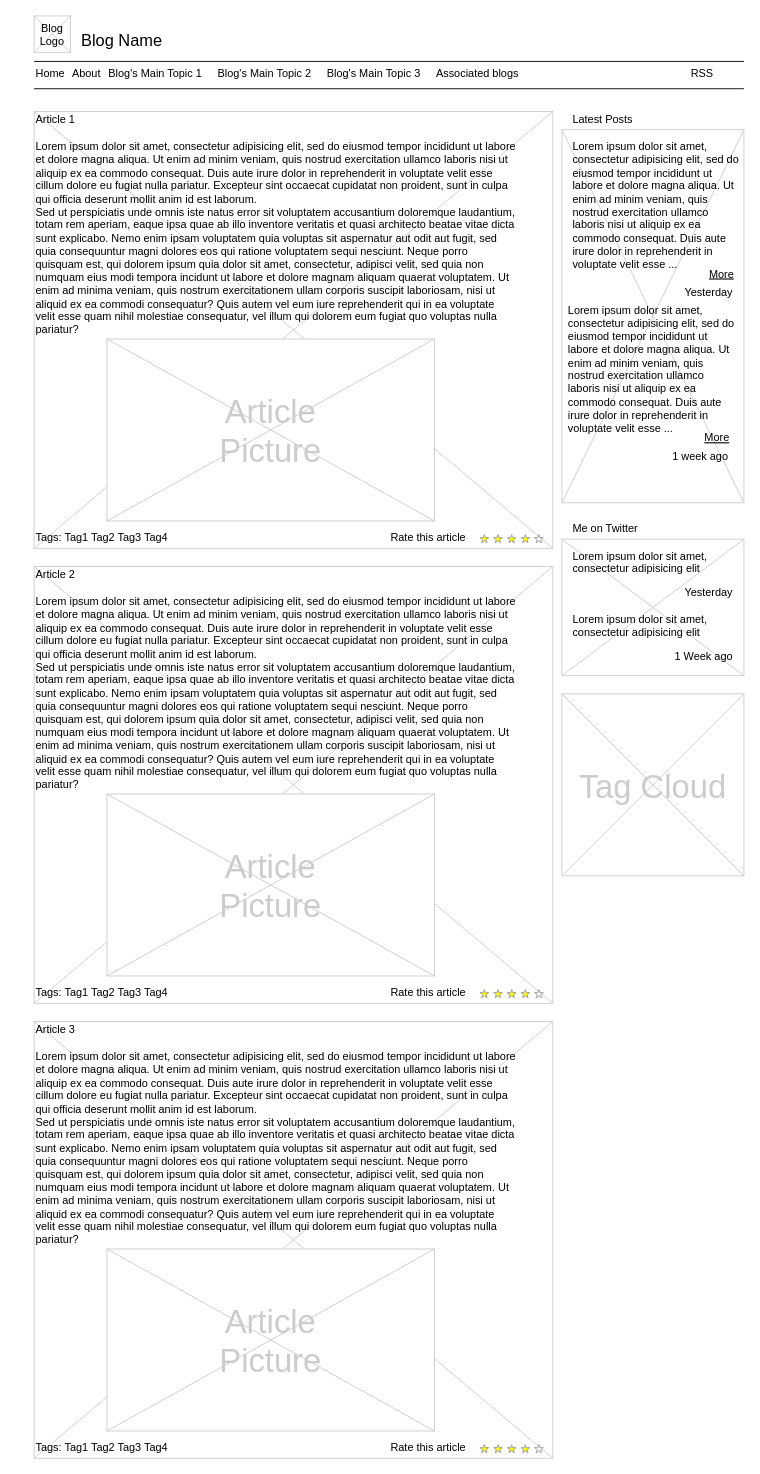
Above: Untitled Diagram.drawio in AjaySoni-gh/fst-repo (draw.io), before the change. Source tidied: cells renumbered, new cells numbered last; positions are measured from the earlier drawing's top-left corner, leaving out a move shared by most shapes. Both pictures are drawn from the tidied source at 91%, with x=0, y=0 at pixel (34, 15).
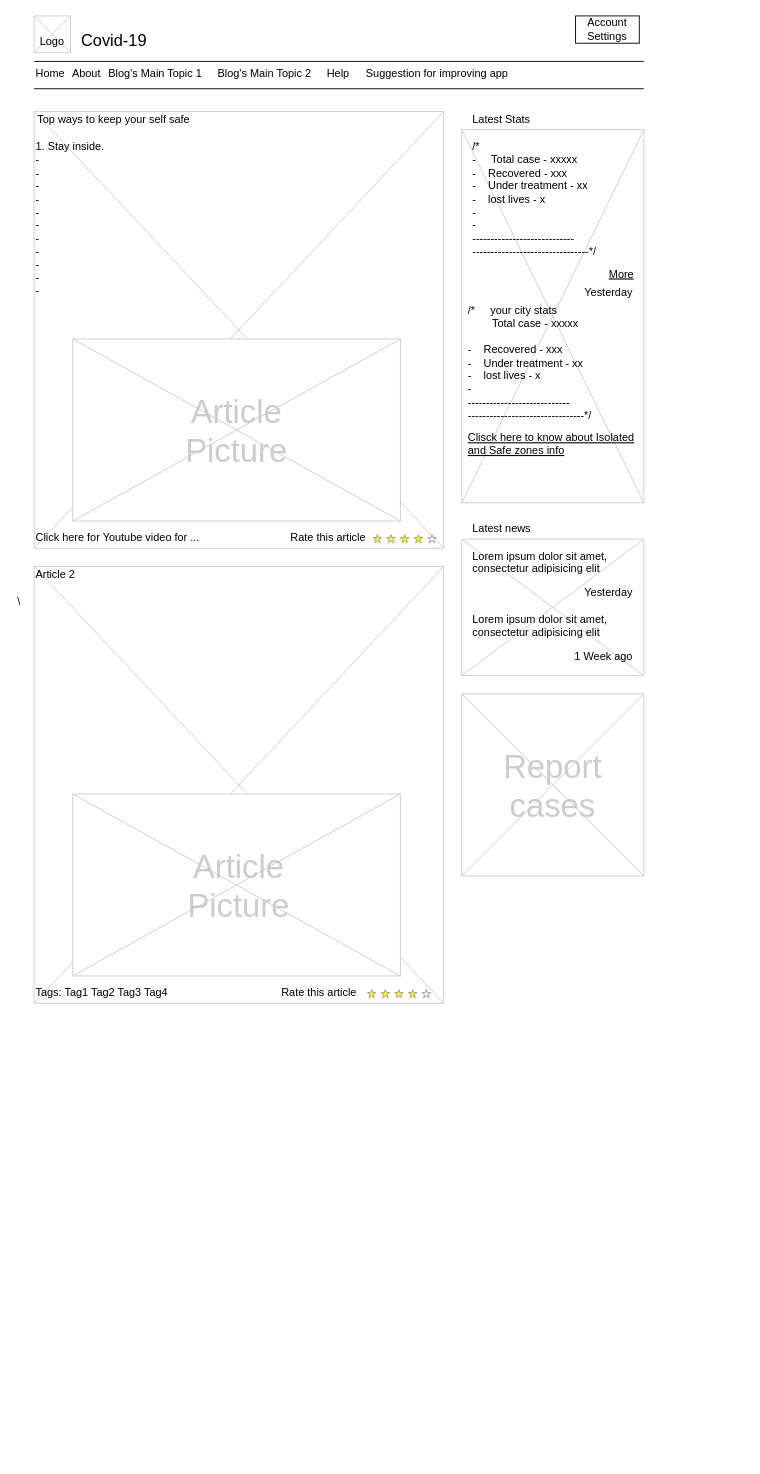
After the change.

The edit, as a diff of the source:
```diff
@@
     <mxCell id="2" style="verticalLabelPosition=bottom;verticalAlign=top;strokeWidth=1;shape=mxgraph.mockup.graphics.iconGrid;strokeColor=#CCCCCC;gridSize=1,1;" parent="1" vertex="1">
-      <mxGeometry x="580" y="125" width="200" height="410" as="geometry" />
+      <mxGeometry x="470" y="125" width="200" height="410" as="geometry" />
     </mxCell>
     <mxCell id="3" style="verticalLabelPosition=bottom;verticalAlign=top;strokeWidth=1;shape=mxgraph.mockup.graphics.iconGrid;strokeColor=#CCCCCC;gridSize=1,1;" parent="1" vertex="1">
-      <mxGeometry y="105" width="570" height="480" as="geometry" />
+      <mxGeometry y="105" width="450" height="480" as="geometry" />
     </mxCell>
-    <mxCell id="4" value="Blog Name" style="text;spacingTop=-5;fontSize=18;fontStyle=0;" parent="1" vertex="1">
+    <mxCell id="4" value="Covid-19 " style="text;spacingTop=-5;fontSize=18;fontStyle=0;" parent="1" vertex="1">
       <mxGeometry x="50" y="15" width="230" height="20" as="geometry" />
     </mxCell>
     <mxCell id="5" style="line;strokeWidth=1;" parent="1" vertex="1">
-      <mxGeometry y="45" width="780" height="10" as="geometry" />
+      <mxGeometry y="45" width="670" height="10" as="geometry" />
     </mxCell>
     <mxCell id="6" style="line;strokeWidth=1;" parent="1" vertex="1">
-      <mxGeometry y="75" width="780" height="10" as="geometry" />
+      <mxGeometry y="75" width="670" height="10" as="geometry" />
     </mxCell>
@@
-    <mxCell id="9" value="Associated blogs" style="text;spacingTop=-5;" parent="1" vertex="1">
-      <mxGeometry x="440" y="55" width="30" height="20" as="geometry" />
+    <mxCell id="9" value="Suggestion for improving app" style="text;spacingTop=-5;" parent="1" vertex="1">
+      <mxGeometry x="363" y="55" width="30" height="20" as="geometry" />
     </mxCell>
-    <mxCell id="10" value="Article 1" style="text;spacingTop=-5;" parent="1" vertex="1">
-      <mxGeometry y="105" width="30" height="20" as="geometry" />
+    <mxCell id="10" value="Top ways to keep your self safe" style="text;spacingTop=-5;" parent="1" vertex="1">
+      <mxGeometry x="2" y="105" width="30" height="20" as="geometry" />
     </mxCell>
-    <mxCell id="11" value="Lorem ipsum dolor sit amet, consectetur adipisicing elit, sed do eiusmod tempor incididunt ut labore et dolore magna aliqua. Ut enim ad minim veniam, quis nostrud exercitation ullamco laboris nisi ut aliquip ex ea commodo consequat. Duis aute irure dolor in reprehenderit in voluptate velit esse cillum dolore eu fugiat nulla pariatur. Excepteur sint occaecat cupidatat non proident, sunt in culpa qui officia deserunt mollit anim id est laborum.&#10;Sed ut perspiciatis unde omnis iste natus error sit voluptatem accusantium doloremque laudantium, totam rem aperiam, eaque ipsa quae ab illo inventore veritatis et quasi architecto beatae vitae dicta sunt explicabo. Nemo enim ipsam voluptatem quia voluptas sit aspernatur aut odit aut fugit, sed quia consequuntur magni dolores eos qui ratione voluptatem sequi nesciunt. Neque porro quisquam est, qui dolorem ipsum quia dolor sit amet, consectetur, adipisci velit, sed quia non numquam eius modi tempora incidunt ut labore et dolore magnam aliquam quaerat voluptatem. Ut enim ad minima veniam, quis nostrum exercitationem ullam corporis suscipit laboriosam, nisi ut aliquid ex ea commodi consequatur? Quis autem vel eum iure reprehenderit qui in ea voluptate velit esse quam nihil molestiae consequatur, vel illum qui dolorem eum fugiat quo voluptas nulla pariatur?" style="text;spacingTop=-5;whiteSpace=wrap;align=left;" parent="1" vertex="1">
-      <mxGeometry y="135" width="530" height="250" as="geometry" />
+    <mxCell id="11" value="1. Stay inside.&#10;-&#10;-&#10;-&#10;-&#10;-&#10;-&#10;-&#10;-&#10;-&#10;-&#10;-&#10;" style="text;spacingTop=-5;whiteSpace=wrap;align=left;" parent="1" vertex="1">
+      <mxGeometry y="135" width="440" height="210" as="geometry" />
     </mxCell>
-    <mxCell id="12" value="Latest Posts" style="text;spacingTop=-5;" parent="1" vertex="1">
-      <mxGeometry x="590" y="105" width="30" height="20" as="geometry" />
+    <mxCell id="12" value="Latest Stats" style="text;spacingTop=-5;" parent="1" vertex="1">
+      <mxGeometry x="480" y="105" width="30" height="20" as="geometry" />
     </mxCell>
-    <mxCell id="13" value="RSS" style="text;spacingTop=-5;" parent="1" vertex="1">
-      <mxGeometry x="720" y="55" width="30" height="20" as="geometry" />
-    </mxCell>
-    <mxCell id="14" value="Lorem ipsum dolor sit amet, consectetur adipisicing elit, sed do eiusmod tempor incididunt ut labore et dolore magna aliqua. Ut enim ad minim veniam, quis nostrud exercitation ullamco laboris nisi ut aliquip ex ea commodo consequat. Duis aute irure dolor in reprehenderit in voluptate velit esse ..." style="text;spacingTop=-5;whiteSpace=wrap;align=left;" parent="1" vertex="1">
-      <mxGeometry x="590" y="135" width="190" height="140" as="geometry" />
+    <mxCell id="14" value="/*&#10;-     Total case - xxxxx    &#10;-    Recovered - xxx     &#10;-    Under treatment - xx&#10;-    lost lives - x&#10;-&#10;-      &#10;----------------------------&#10;--------------------------------*/" style="text;spacingTop=-5;whiteSpace=wrap;align=left;" parent="1" vertex="1">
+      <mxGeometry x="480" y="135" width="190" height="140" as="geometry" />
     </mxCell>
     <mxCell id="15" value="More" style="text;spacingTop=-5;fontStyle=4;" parent="1" vertex="1">
-      <mxGeometry x="740" y="275" width="30" height="20" as="geometry" />
+      <mxGeometry x="630" y="275" width="30" height="20" as="geometry" />
     </mxCell>
     <mxCell id="16" value="Yesterday" style="text;spacingTop=-5;fontStyle=0;align=right;" parent="1" vertex="1">
-      <mxGeometry x="740" y="295" width="30" height="20" as="geometry" />
+      <mxGeometry x="630" y="295" width="30" height="20" as="geometry" />
     </mxCell>
-    <mxCell id="17" value="Lorem ipsum dolor sit amet, consectetur adipisicing elit, sed do eiusmod tempor incididunt ut labore et dolore magna aliqua. Ut enim ad minim veniam, quis nostrud exercitation ullamco laboris nisi ut aliquip ex ea commodo consequat. Duis aute irure dolor in reprehenderit in voluptate velit esse ..." style="text;spacingTop=-5;whiteSpace=wrap;align=left;" parent="1" vertex="1">
-      <mxGeometry x="585" y="315" width="190" height="140" as="geometry" />
+    <mxCell id="17" value="/*     your city stats&#10;        Total case - xxxxx  &#10;  &#10;-    Recovered - xxx    &#10;-    Under treatment - xx&#10;-    lost lives - x&#10;-&#10;----------------------------&#10;--------------------------------*/" style="text;spacingTop=-5;whiteSpace=wrap;align=left;" parent="1" vertex="1">
+      <mxGeometry x="475" y="315" width="190" height="140" as="geometry" />
     </mxCell>
-    <mxCell id="18" value="More" style="text;spacingTop=-5;fontStyle=4;" parent="1" vertex="1">
-      <mxGeometry x="735" y="455" width="30" height="20" as="geometry" />
+    <mxCell id="18" value="Clisck here to know about Isolated &#10;and Safe zones info" style="text;spacingTop=-5;fontStyle=4;" parent="1" vertex="1">
+      <mxGeometry x="475" y="455" width="30" height="20" as="geometry" />
     </mxCell>
-    <mxCell id="19" value="1 week ago" style="text;spacingTop=-5;fontStyle=0;align=right;" parent="1" vertex="1">
-      <mxGeometry x="735" y="475" width="30" height="20" as="geometry" />
-    </mxCell>
@@
-    <mxCell id="21" value="Blog &#10;Logo" style="text;spacingTop=-5;align=center;" parent="1" vertex="1">
+    <mxCell id="21" value="&#10;Logo" style="text;spacingTop=-5;align=center;" parent="1" vertex="1">
       <mxGeometry y="5" width="40" height="40" as="geometry" />
     </mxCell>
@@
-    <mxCell id="24" value="Blog's Main Topic 3" style="text;spacingTop=-5;" parent="1" vertex="1">
+    <mxCell id="24" value="Help" style="text;spacingTop=-5;" parent="1" vertex="1">
       <mxGeometry x="320" y="55" width="30" height="20" as="geometry" />
     </mxCell>
     <mxCell id="25" style="verticalLabelPosition=bottom;verticalAlign=top;strokeWidth=1;shape=mxgraph.mockup.graphics.iconGrid;strokeColor=#CCCCCC;gridSize=1,1;" parent="1" vertex="1">
-      <mxGeometry x="80" y="355" width="360" height="200" as="geometry" />
+      <mxGeometry x="42.5" y="355" width="360" height="200" as="geometry" />
     </mxCell>
     <mxCell id="26" value="Article&#10;Picture" style="text;spacingTop=-5;align=center;verticalAlign=middle;fontSize=36;fontColor=#CCCCCC;" parent="1" vertex="1">
-      <mxGeometry x="80" y="355" width="360" height="200" as="geometry" />
+      <mxGeometry x="42.5" y="355" width="360" height="200" as="geometry" />
     </mxCell>
     <mxCell id="27" style="verticalLabelPosition=bottom;verticalAlign=top;strokeWidth=1;shape=mxgraph.mockup.graphics.iconGrid;strokeColor=#CCCCCC;gridSize=1,1;" parent="1" vertex="1">
-      <mxGeometry y="605" width="570" height="480" as="geometry" />
+      <mxGeometry y="605" width="450" height="480" as="geometry" />
     </mxCell>
@@
-    <mxCell id="29" value="Lorem ipsum dolor sit amet, consectetur adipisicing elit, sed do eiusmod tempor incididunt ut labore et dolore magna aliqua. Ut enim ad minim veniam, quis nostrud exercitation ullamco laboris nisi ut aliquip ex ea commodo consequat. Duis aute irure dolor in reprehenderit in voluptate velit esse cillum dolore eu fugiat nulla pariatur. Excepteur sint occaecat cupidatat non proident, sunt in culpa qui officia deserunt mollit anim id est laborum.&#10;Sed ut perspiciatis unde omnis iste natus error sit voluptatem accusantium doloremque laudantium, totam rem aperiam, eaque ipsa quae ab illo inventore veritatis et quasi architecto beatae vitae dicta sunt explicabo. Nemo enim ipsam voluptatem quia voluptas sit aspernatur aut odit aut fugit, sed quia consequuntur magni dolores eos qui ratione voluptatem sequi nesciunt. Neque porro quisquam est, qui dolorem ipsum quia dolor sit amet, consectetur, adipisci velit, sed quia non numquam eius modi tempora incidunt ut labore et dolore magnam aliquam quaerat voluptatem. Ut enim ad minima veniam, quis nostrum exercitationem ullam corporis suscipit laboriosam, nisi ut aliquid ex ea commodi consequatur? Quis autem vel eum iure reprehenderit qui in ea voluptate velit esse quam nihil molestiae consequatur, vel illum qui dolorem eum fugiat quo voluptas nulla pariatur?" style="text;spacingTop=-5;whiteSpace=wrap;align=left;" parent="1" vertex="1">
-      <mxGeometry y="635" width="530" height="250" as="geometry" />
+    <mxCell id="29" value="\" style="text;spacingTop=-5;whiteSpace=wrap;align=left;" parent="1" vertex="1">
+      <mxGeometry x="-20" y="635" width="460" height="190" as="geometry" />
     </mxCell>
     <mxCell id="30" style="verticalLabelPosition=bottom;verticalAlign=top;strokeWidth=1;shape=mxgraph.mockup.graphics.iconGrid;strokeColor=#CCCCCC;gridSize=1,1;" parent="1" vertex="1">
-      <mxGeometry x="80" y="855" width="360" height="200" as="geometry" />
+      <mxGeometry x="42.5" y="855" width="360" height="200" as="geometry" />
     </mxCell>
     <mxCell id="31" value="Article&#10;Picture" style="text;spacingTop=-5;align=center;verticalAlign=middle;fontSize=36;fontColor=#CCCCCC;" parent="1" vertex="1">
-      <mxGeometry x="80" y="855" width="360" height="200" as="geometry" />
+      <mxGeometry x="45" y="855" width="360" height="200" as="geometry" />
     </mxCell>
-    <mxCell id="32" style="verticalLabelPosition=bottom;verticalAlign=top;strokeWidth=1;shape=mxgraph.mockup.graphics.iconGrid;strokeColor=#CCCCCC;gridSize=1,1;" parent="1" vertex="1">
-      <mxGeometry y="1105" width="570" height="480" as="geometry" />
-    </mxCell>
-    <mxCell id="33" value="Article 3" style="text;spacingTop=-5;" parent="1" vertex="1">
-      <mxGeometry y="1105" width="30" height="20" as="geometry" />
-    </mxCell>
-    <mxCell id="34" value="Lorem ipsum dolor sit amet, consectetur adipisicing elit, sed do eiusmod tempor incididunt ut labore et dolore magna aliqua. Ut enim ad minim veniam, quis nostrud exercitation ullamco laboris nisi ut aliquip ex ea commodo consequat. Duis aute irure dolor in reprehenderit in voluptate velit esse cillum dolore eu fugiat nulla pariatur. Excepteur sint occaecat cupidatat non proident, sunt in culpa qui officia deserunt mollit anim id est laborum.&#10;Sed ut perspiciatis unde omnis iste natus error sit voluptatem accusantium doloremque laudantium, totam rem aperiam, eaque ipsa quae ab illo inventore veritatis et quasi architecto beatae vitae dicta sunt explicabo. Nemo enim ipsam voluptatem quia voluptas sit aspernatur aut odit aut fugit, sed quia consequuntur magni dolores eos qui ratione voluptatem sequi nesciunt. Neque porro quisquam est, qui dolorem ipsum quia dolor sit amet, consectetur, adipisci velit, sed quia non numquam eius modi tempora incidunt ut labore et dolore magnam aliquam quaerat voluptatem. Ut enim ad minima veniam, quis nostrum exercitationem ullam corporis suscipit laboriosam, nisi ut aliquid ex ea commodi consequatur? Quis autem vel eum iure reprehenderit qui in ea voluptate velit esse quam nihil molestiae consequatur, vel illum qui dolorem eum fugiat quo voluptas nulla pariatur?" style="text;spacingTop=-5;whiteSpace=wrap;align=left;" parent="1" vertex="1">
-      <mxGeometry y="1135" width="530" height="250" as="geometry" />
-    </mxCell>
-    <mxCell id="35" style="verticalLabelPosition=bottom;verticalAlign=top;strokeWidth=1;shape=mxgraph.mockup.graphics.iconGrid;strokeColor=#CCCCCC;gridSize=1,1;" parent="1" vertex="1">
-      <mxGeometry x="80" y="1355" width="360" height="200" as="geometry" />
-    </mxCell>
-    <mxCell id="36" value="Article&#10;Picture" style="text;spacingTop=-5;align=center;verticalAlign=middle;fontSize=36;fontColor=#CCCCCC;" parent="1" vertex="1">
-      <mxGeometry x="80" y="1355" width="360" height="200" as="geometry" />
-    </mxCell>
     <mxCell id="37" style="verticalLabelPosition=bottom;verticalAlign=top;strokeWidth=1;shape=mxgraph.mockup.misc.rating;strokeColor=#999999;fillColor=#ffff00;emptyFillColor=#ffffff;grade=4;ratingScale=5;ratingStyle=star;" parent="1" vertex="1">
-      <mxGeometry x="490" y="570" width="77.5" height="10" as="geometry" />
+      <mxGeometry x="372.5" y="570" width="77.5" height="10" as="geometry" />
     </mxCell>
     <mxCell id="38" value="Rate this article" style="text;spacingTop=-5;" parent="1" vertex="1">
-      <mxGeometry x="390" y="565" width="30" height="20" as="geometry" />
+      <mxGeometry x="280" y="565" width="30" height="20" as="geometry" />
     </mxCell>
     <mxCell id="39" style="verticalLabelPosition=bottom;verticalAlign=top;strokeWidth=1;shape=mxgraph.mockup.misc.rating;strokeColor=#999999;fillColor=#ffff00;emptyFillColor=#ffffff;grade=4;ratingScale=5;ratingStyle=star;" parent="1" vertex="1">
-      <mxGeometry x="490" y="1070" width="77.5" height="10" as="geometry" />
+      <mxGeometry x="366.2" y="1070" width="77.5" height="10" as="geometry" />
     </mxCell>
     <mxCell id="40" value="Rate this article" style="text;spacingTop=-5;" parent="1" vertex="1">
-      <mxGeometry x="390" y="1065" width="30" height="20" as="geometry" />
+      <mxGeometry x="270" y="1065" width="30" height="20" as="geometry" />
     </mxCell>
-    <mxCell id="41" style="verticalLabelPosition=bottom;verticalAlign=top;strokeWidth=1;shape=mxgraph.mockup.misc.rating;strokeColor=#999999;fillColor=#ffff00;emptyFillColor=#ffffff;grade=4;ratingScale=5;ratingStyle=star;" parent="1" vertex="1">
-      <mxGeometry x="490" y="1570" width="77.5" height="10" as="geometry" />
-    </mxCell>
-    <mxCell id="42" value="Rate this article" style="text;spacingTop=-5;" parent="1" vertex="1">
-      <mxGeometry x="390" y="1565" width="30" height="20" as="geometry" />
-    </mxCell>
-    <mxCell id="43" value="Tags: Tag1 Tag2 Tag3 Tag4" style="text;spacingTop=-5;" parent="1" vertex="1">
+    <mxCell id="43" value="Click here for Youtube video for ..." style="text;spacingTop=-5;" parent="1" vertex="1">
       <mxGeometry y="565" width="210" height="20" as="geometry" />
     </mxCell>
@@
-    <mxCell id="45" value="Tags: Tag1 Tag2 Tag3 Tag4" style="text;spacingTop=-5;" parent="1" vertex="1">
-      <mxGeometry y="1565" width="210" height="20" as="geometry" />
-    </mxCell>
     <mxCell id="46" style="verticalLabelPosition=bottom;verticalAlign=top;strokeWidth=1;shape=mxgraph.mockup.graphics.iconGrid;strokeColor=#CCCCCC;gridSize=1,1;" parent="1" vertex="1">
-      <mxGeometry x="580" y="575" width="200" height="150" as="geometry" />
+      <mxGeometry x="470" y="575" width="200" height="150" as="geometry" />
     </mxCell>
-    <mxCell id="47" value="Me on Twitter" style="text;spacingTop=-5;" parent="1" vertex="1">
-      <mxGeometry x="590" y="555" width="30" height="20" as="geometry" />
+    <mxCell id="47" value="Latest news" style="text;spacingTop=-5;" parent="1" vertex="1">
+      <mxGeometry x="480" y="555" width="30" height="20" as="geometry" />
     </mxCell>
     <mxCell id="48" value="Lorem ipsum dolor sit amet, consectetur adipisicing elit" style="text;spacingTop=-5;whiteSpace=wrap;align=left;" parent="1" vertex="1">
-      <mxGeometry x="590" y="585" width="190" height="40" as="geometry" />
+      <mxGeometry x="480" y="585" width="190" height="40" as="geometry" />
     </mxCell>
     <mxCell id="49" value="Yesterday" style="text;spacingTop=-5;fontStyle=0;align=right;" parent="1" vertex="1">
-      <mxGeometry x="740" y="625" width="30" height="20" as="geometry" />
+      <mxGeometry x="630" y="625" width="30" height="20" as="geometry" />
     </mxCell>
     <mxCell id="50" style="verticalLabelPosition=bottom;verticalAlign=top;strokeWidth=1;shape=mxgraph.mockup.graphics.iconGrid;strokeColor=#CCCCCC;gridSize=1,1;" parent="1" vertex="1">
-      <mxGeometry x="580" y="745" width="200" height="200" as="geometry" />
+      <mxGeometry x="470" y="745" width="200" height="200" as="geometry" />
     </mxCell>
-    <mxCell id="51" value="Tag Cloud" style="text;spacingTop=-5;align=center;verticalAlign=middle;fontSize=36;fontColor=#CCCCCC;" parent="1" vertex="1">
-      <mxGeometry x="580" y="745" width="200" height="200" as="geometry" />
+    <mxCell id="51" value="Report&#10;cases" style="text;spacingTop=-5;align=center;verticalAlign=middle;fontSize=36;fontColor=#CCCCCC;" parent="1" vertex="1">
+      <mxGeometry x="470" y="745" width="200" height="200" as="geometry" />
     </mxCell>
     <mxCell id="52" value="Lorem ipsum dolor sit amet, consectetur adipisicing elit" style="text;spacingTop=-5;whiteSpace=wrap;align=left;" parent="1" vertex="1">
-      <mxGeometry x="590" y="655" width="190" height="40" as="geometry" />
+      <mxGeometry x="480" y="655" width="190" height="40" as="geometry" />
     </mxCell>
     <mxCell id="53" value="1 Week ago" style="text;spacingTop=-5;fontStyle=0;align=right;" parent="1" vertex="1">
-      <mxGeometry x="740" y="695" width="30" height="20" as="geometry" />
+      <mxGeometry x="630" y="695" width="30" height="20" as="geometry" />
     </mxCell>
+    <mxCell id="54" style="rounded=0;whiteSpace=wrap;html=1;" parent="1" vertex="1">
+      <mxGeometry x="595" width="70" height="30" as="geometry" />
+    </mxCell>
+    <mxCell id="55" value="Account Settings" style="text;html=1;strokeColor=none;fillColor=none;align=center;verticalAlign=middle;whiteSpace=wrap;rounded=0;" parent="1" vertex="1">
+      <mxGeometry x="595" width="70" height="30" as="geometry" />
+    </mxCell>
```
